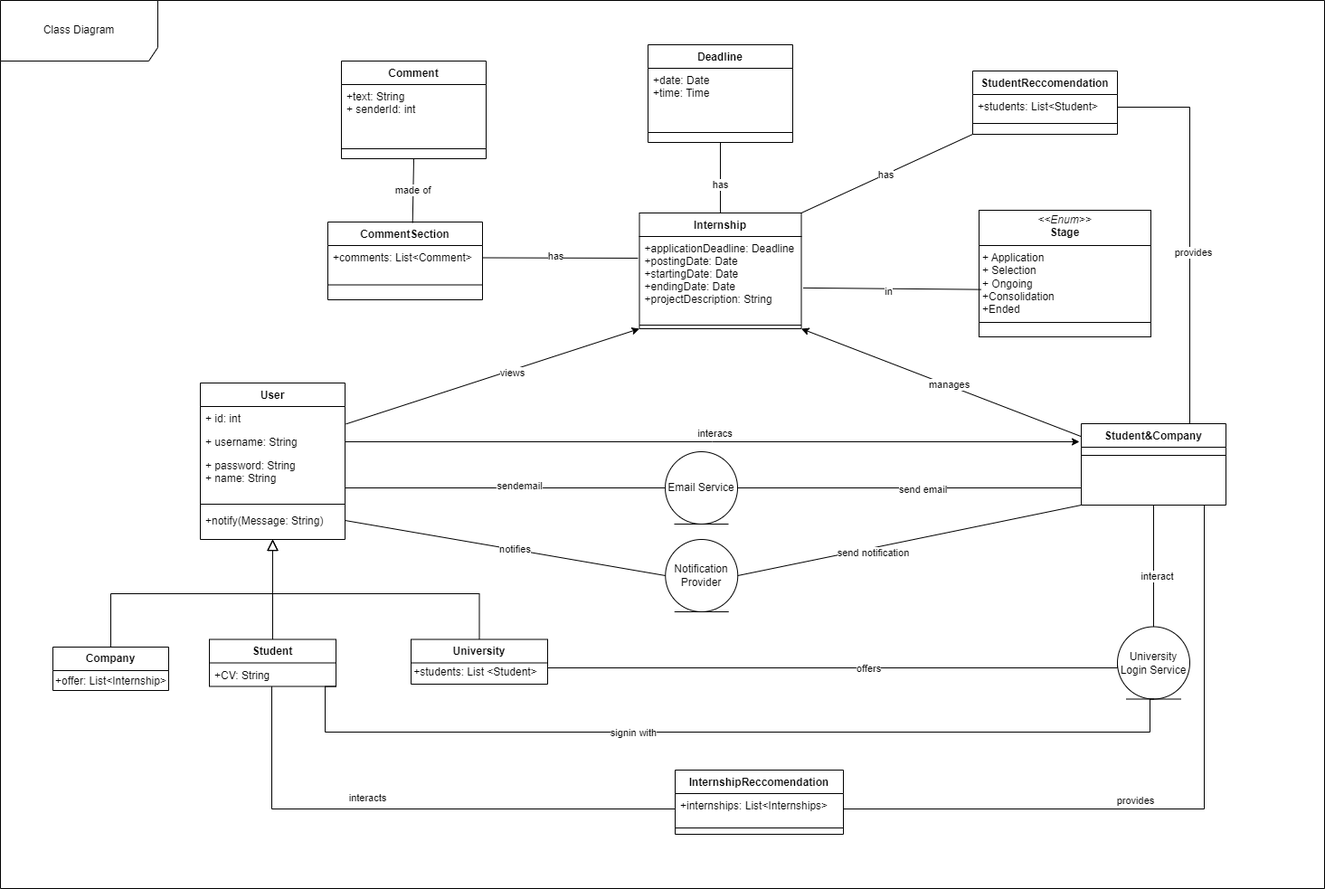
Before: figures/Class Diagram.drawio.png, a diagram exported from draw.io (alesalv0/RattiSalvatoreYalcin). Source tidied: cells renumbered, new cells last; positions are measured from the earlier drawing's top-left corner, leaving out a move shared by most shapes.
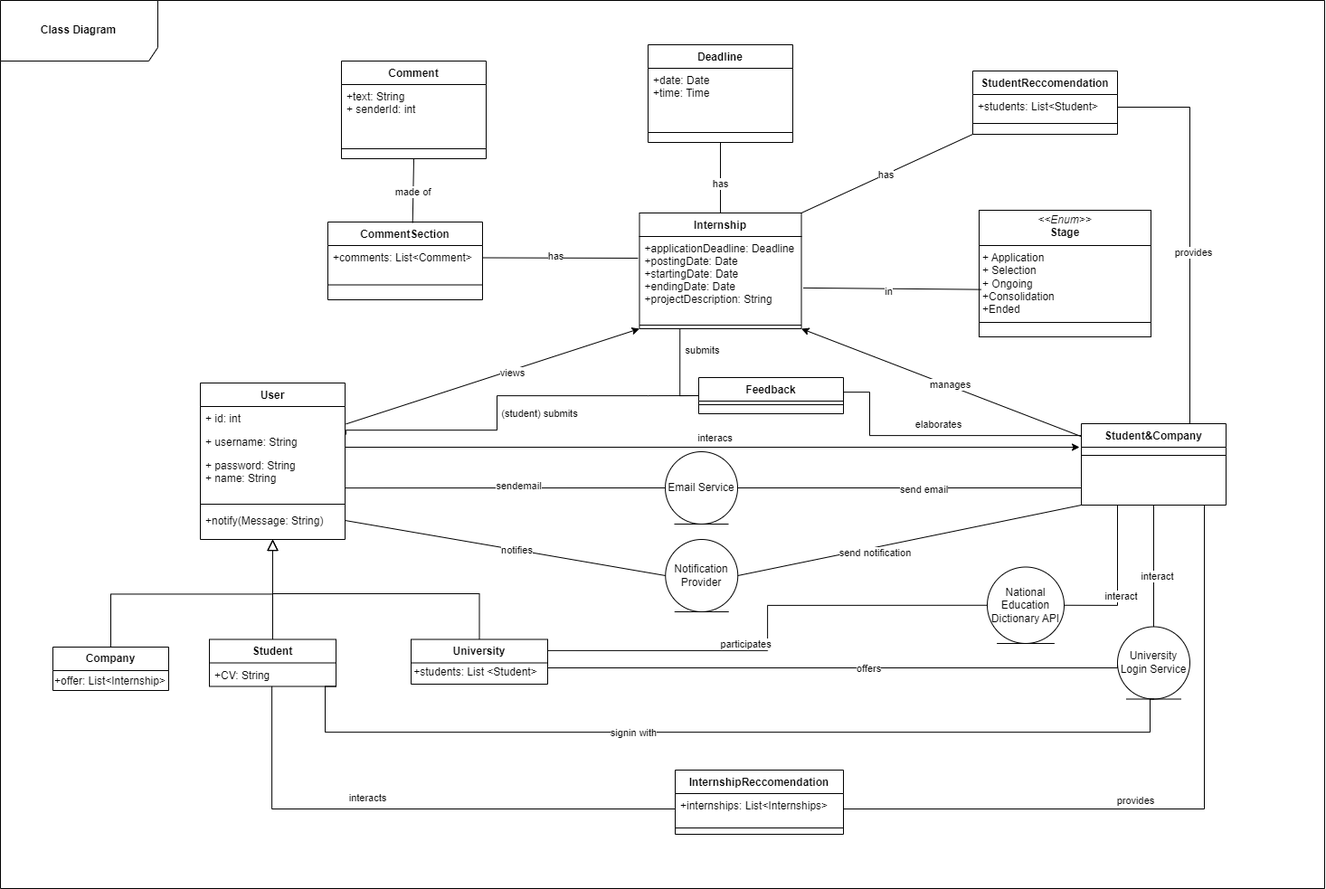
The same file after the commit.

What changed in the source:
```diff
@@ -14,16 +14,6 @@
     <mxCell id="5" value="+ id: int" style="text;align=left;verticalAlign=top;spacingLeft=4;spacingRight=4;overflow=hidden;points=[[0,0.5],[1,0.5]];portConstraint=eastwest;" parent="4" vertex="1">
       <mxGeometry y="26" width="160" height="26" as="geometry" />
     </mxCell>
-    <mxCell id="6" style="edgeStyle=orthogonalEdgeStyle;rounded=0;jettySize=auto;html=1;exitX=1;exitY=0.5;exitDx=0;exitDy=0;" parent="4" edge="1" source="8">
-      <mxGeometry relative="1" as="geometry">
-        <mxPoint x="972" y="65" as="targetPoint" />
-      </mxGeometry>
-    </mxCell>
-    <mxCell id="7" value="interacs" style="edgeLabel;html=1;align=center;verticalAlign=middle;" parent="6" vertex="1">
-      <mxGeometry x="0.06" y="4" relative="1" as="geometry">
-        <mxPoint x="-23" y="-7" as="offset" />
-      </mxGeometry>
-    </mxCell>
     <mxCell id="8" value="+ username: String" style="text;align=left;verticalAlign=top;spacingLeft=4;spacingRight=4;overflow=hidden;points=[[0,0.5],[1,0.5]];portConstraint=eastwest;rounded=0;shadow=0;html=0;" parent="4" vertex="1">
       <mxGeometry y="52" width="160" height="26" as="geometry" />
     </mxCell>
@@ -274,8 +264,83 @@
     <mxCell id="76" value="has" style="edgeLabel;html=1;align=center;verticalAlign=middle;" parent="75" vertex="1">
       <mxGeometry x="-0.01" y="1" relative="1" as="geometry" />
     </mxCell>
-    <mxCell id="77" value="Class Diagram" style="shape=umlFrame;whiteSpace=wrap;html=1;width=174;height=67;" parent="1" vertex="1">
+    <mxCell id="77" value="&lt;b&gt;Class Diagram&lt;/b&gt;" style="shape=umlFrame;whiteSpace=wrap;html=1;width=174;height=67;" parent="1" vertex="1">
       <mxGeometry width="1464" height="982" as="geometry" />
     </mxCell>
+    <mxCell id="78" value="National Education Dictionary API" style="ellipse;shape=umlEntity;whiteSpace=wrap;html=1;" parent="1" vertex="1">
+      <mxGeometry x="1091" y="626.5" width="85" height="84.5" as="geometry" />
+    </mxCell>
+    <mxCell id="79" style="endArrow=none;html=1;rounded=0;entryX=1;entryY=0.5;entryDx=0;entryDy=0;exitX=0.25;exitY=1;exitDx=0;exitDy=0;edgeStyle=orthogonalEdgeStyle;" parent="1" edge="1" source="23" target="78">
+      <mxGeometry relative="1" as="geometry" />
+    </mxCell>
+    <mxCell id="80" value="interact" style="edgeLabel;html=1;align=center;verticalAlign=middle;" parent="79" vertex="1">
+      <mxGeometry x="0.17" y="3" relative="1" as="geometry" />
+    </mxCell>
+    <mxCell id="81" style="endArrow=none;html=1;rounded=0;entryX=1;entryY=0.25;entryDx=0;entryDy=0;exitX=0;exitY=0.5;exitDx=0;exitDy=0;edgeStyle=orthogonalEdgeStyle;" parent="1" edge="1" source="78" target="45">
+      <mxGeometry relative="1" as="geometry" />
+    </mxCell>
+    <mxCell id="82" value="participates" style="edgeLabel;html=1;align=center;verticalAlign=middle;" parent="81" vertex="1">
+      <mxGeometry x="0.17" y="3" relative="1" as="geometry">
+        <mxPoint x="-5" y="-11" as="offset" />
+      </mxGeometry>
+    </mxCell>
+    <mxCell id="83" value="Feedback" style="swimlane;fontStyle=1;align=center;verticalAlign=top;horizontal=1;startSize=26;rounded=0;shadow=0;strokeWidth=1;" parent="1" vertex="1">
+      <mxGeometry x="772" y="417" width="160" height="40" as="geometry" />
+    </mxCell>
+    <mxCell id="84" style="line;html=1;strokeWidth=1;align=left;verticalAlign=middle;spacingTop=-1;spacingLeft=3;spacingRight=3;labelPosition=right;" parent="83" vertex="1">
+      <mxGeometry y="26" width="160" height="8" as="geometry" />
+    </mxCell>
+    <mxCell id="85" style="endArrow=none;html=1;rounded=0;entryX=1.007;entryY=1.192;entryDx=0;entryDy=0;exitX=0;exitY=0.5;exitDx=0;exitDy=0;edgeStyle=orthogonalEdgeStyle;entryPerimeter=0;" parent="1" edge="1" source="83" target="5">
+      <mxGeometry relative="1" as="geometry">
+        <Array as="points">
+          <mxPoint x="716" y="437" />
+          <mxPoint x="549" y="437" />
+          <mxPoint x="549" y="475" />
+          <mxPoint x="382" y="475" />
+        </Array>
+      </mxGeometry>
+    </mxCell>
+    <mxCell id="86" value="(student) submits" style="edgeLabel;html=1;align=center;verticalAlign=middle;" parent="85" vertex="1">
+      <mxGeometry x="0.17" y="3" relative="1" as="geometry">
+        <mxPoint x="43" y="-12" as="offset" />
+      </mxGeometry>
+    </mxCell>
+    <mxCell id="6" style="edgeStyle=orthogonalEdgeStyle;rounded=0;orthogonalLoop=1;jettySize=auto;html=1;exitX=1;exitY=0.5;exitDx=0;exitDy=0;" parent="1" edge="1">
+      <mxGeometry relative="1" as="geometry">
+        <mxPoint x="381" y="494" as="sourcePoint" />
+        <mxPoint x="1193" y="494" as="targetPoint" />
+      </mxGeometry>
+    </mxCell>
+    <mxCell id="7" value="interacs" style="edgeLabel;html=1;align=center;verticalAlign=middle;" parent="6" vertex="1">
+      <mxGeometry x="0.06" y="4" relative="1" as="geometry">
+        <mxPoint x="-23" y="-7" as="offset" />
+      </mxGeometry>
+    </mxCell>
+    <mxCell id="87" style="endArrow=none;html=1;rounded=0;entryX=1;entryY=0.75;entryDx=0;entryDy=0;exitX=0;exitY=0.25;exitDx=0;exitDy=0;edgeStyle=orthogonalEdgeStyle;" parent="1" edge="1" source="23" target="83">
+      <mxGeometry relative="1" as="geometry">
+        <Array as="points">
+          <mxPoint x="1195" y="481" />
+          <mxPoint x="961" y="481" />
+          <mxPoint x="961" y="433" />
+        </Array>
+      </mxGeometry>
+    </mxCell>
+    <mxCell id="88" value="elaborates" style="edgeLabel;html=1;align=center;verticalAlign=middle;" parent="87" vertex="1">
+      <mxGeometry x="0.17" y="3" relative="1" as="geometry">
+        <mxPoint x="27" y="-16" as="offset" />
+      </mxGeometry>
+    </mxCell>
+    <mxCell id="89" style="endArrow=none;html=1;rounded=0;entryX=0.25;entryY=1;entryDx=0;entryDy=0;exitX=0;exitY=0.5;exitDx=0;exitDy=0;edgeStyle=orthogonalEdgeStyle;" parent="1" edge="1" source="83" target="14">
+      <mxGeometry relative="1" as="geometry">
+        <Array as="points">
+          <mxPoint x="751" y="437" />
+        </Array>
+      </mxGeometry>
+    </mxCell>
+    <mxCell id="90" value="submits" style="edgeLabel;html=1;align=center;verticalAlign=middle;" parent="89" vertex="1">
+      <mxGeometry x="0.17" y="3" relative="1" as="geometry">
+        <mxPoint x="27" y="-16" as="offset" />
+      </mxGeometry>
+    </mxCell>
   </root>
 </mxGraphModel>
```
